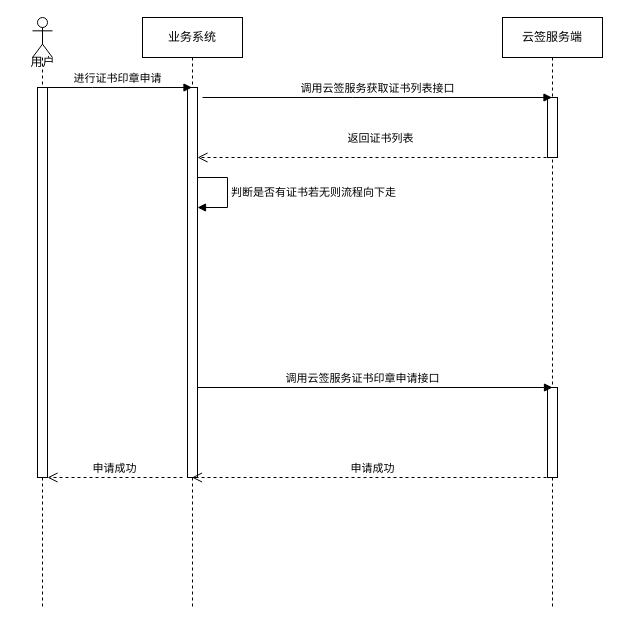
ljhaust/ssmstudy keeps this draw.io diagram as 标证通-云签采集.drawio. Above is the earlier version. Source tidied: cells renumbered, new cells numbered last; positions are measured from the earlier drawing's top-left corner, leaving out a move shared by most shapes. Both pictures are drawn from the tidied source at 100%, with x=0, y=0 at pixel (17, 17).
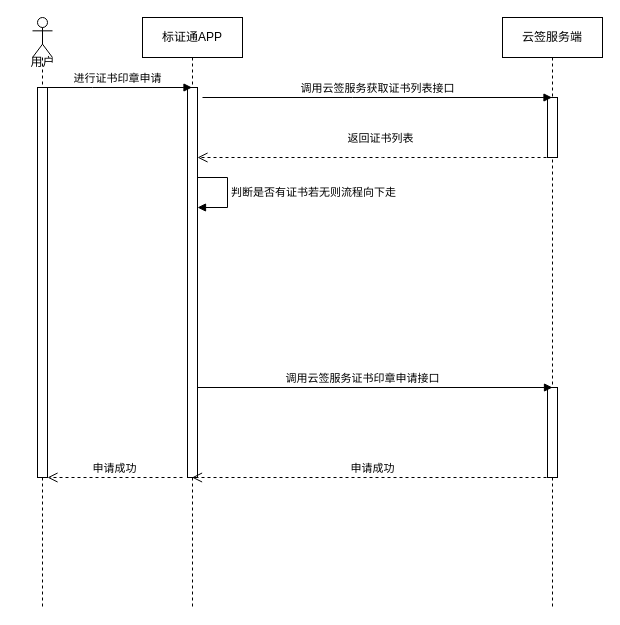
The same page after the edit.

Commit message (it also covers changes not shown here):
更新标证通-云签采集.drawio

Change to the diagram source:
```diff
@@
-    <mxCell id="2" value="业务系统" style="shape=umlLifeline;perimeter=lifelinePerimeter;whiteSpace=wrap;html=1;outlineConnect=0;portConstraint=eastwest;newEdgeStyle={&quot;edgeStyle&quot;:&quot;elbowEdgeStyle&quot;,&quot;elbow&quot;:&quot;vertical&quot;,&quot;curved&quot;:0,&quot;rounded&quot;:0};" parent="1" vertex="1">
+    <mxCell id="2" value="标证通APP" style="shape=umlLifeline;perimeter=lifelinePerimeter;whiteSpace=wrap;html=1;outlineConnect=0;portConstraint=eastwest;newEdgeStyle={&quot;edgeStyle&quot;:&quot;elbowEdgeStyle&quot;,&quot;elbow&quot;:&quot;vertical&quot;,&quot;curved&quot;:0,&quot;rounded&quot;:0};" parent="1" vertex="1">
       <mxGeometry x="125" width="100" height="590" as="geometry" />
     </mxCell>
```
